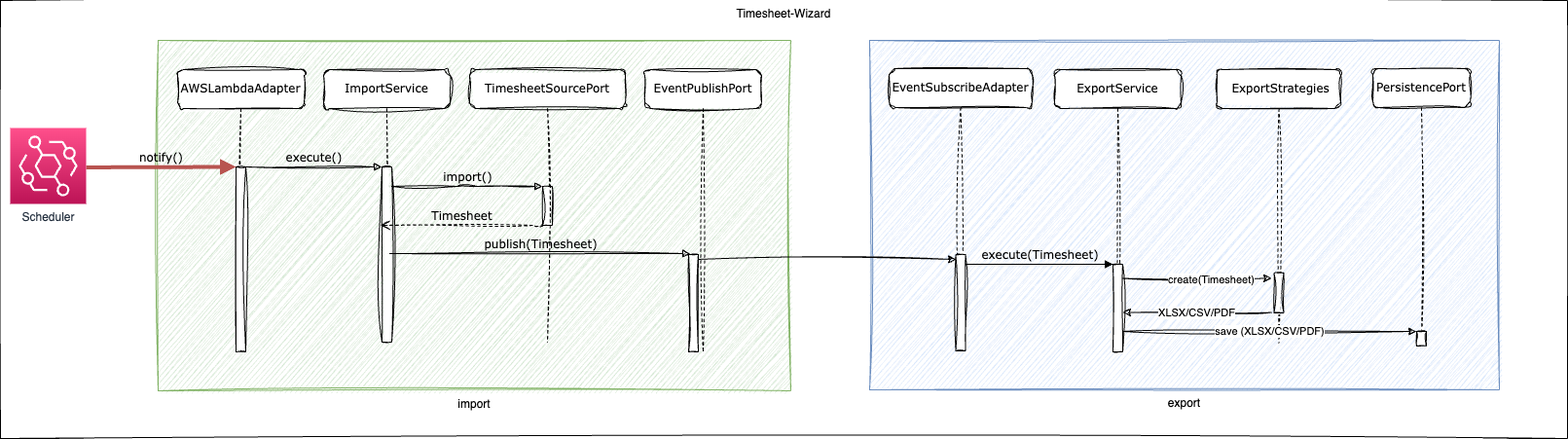
tinohertlein/timesheet-wizard keeps this draw.io diagram as docs/assets/dynamic-level-1.drawio.png. Above is the earlier version. Source tidied: cells renumbered, new cells last; positions are measured from the earlier drawing's top-left corner, leaving out a move shared by most shapes.
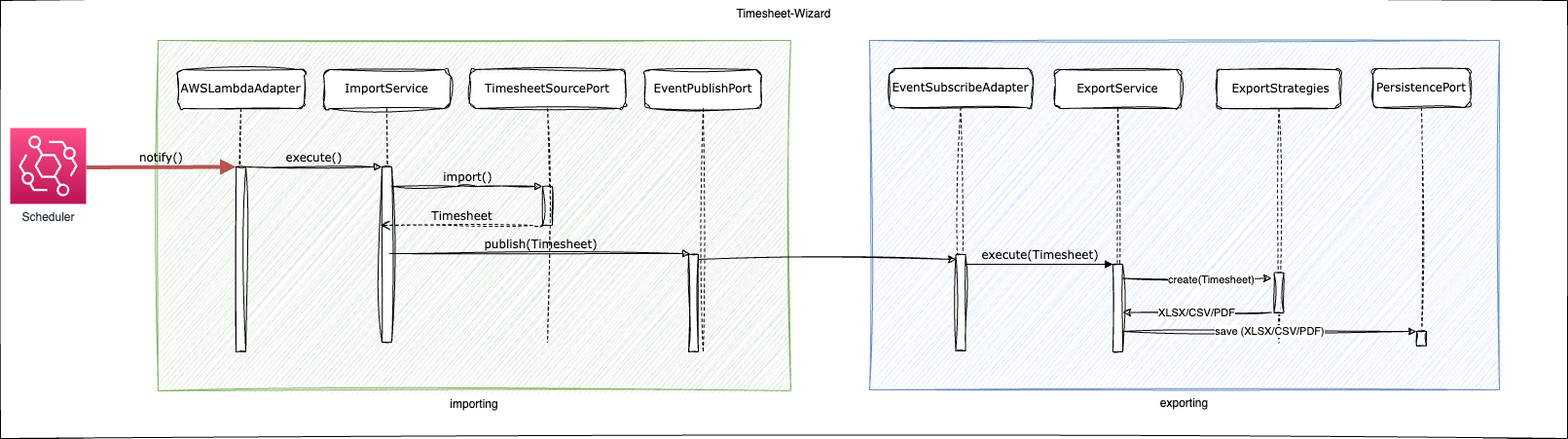
After the commit.

What changed in the source:
```diff
@@ -5,10 +5,10 @@
     <mxCell id="2" value="Timesheet-Wizard" style="rounded=0;whiteSpace=wrap;html=1;sketch=1;fillStyle=solid;verticalAlign=top;" parent="1" vertex="1">
       <mxGeometry width="1610" height="450" as="geometry" />
     </mxCell>
-    <mxCell id="3" value="export" style="rounded=0;whiteSpace=wrap;html=1;labelPosition=center;verticalLabelPosition=bottom;align=center;verticalAlign=top;sketch=1;curveFitting=1;jiggle=2;fillColor=#dae8fc;strokeColor=#6c8ebf;" parent="1" vertex="1">
+    <mxCell id="3" value="exporting" style="rounded=0;whiteSpace=wrap;html=1;labelPosition=center;verticalLabelPosition=bottom;align=center;verticalAlign=top;sketch=1;curveFitting=1;jiggle=2;fillColor=#dae8fc;strokeColor=#6c8ebf;" parent="1" vertex="1">
       <mxGeometry x="893" y="41" width="647" height="359" as="geometry" />
     </mxCell>
-    <mxCell id="4" value="import" style="rounded=0;whiteSpace=wrap;html=1;labelPosition=center;verticalLabelPosition=bottom;align=center;verticalAlign=top;sketch=1;curveFitting=1;jiggle=2;fillColor=#d5e8d4;strokeColor=#82b366;" parent="1" vertex="1">
+    <mxCell id="4" value="importing" style="rounded=0;whiteSpace=wrap;html=1;labelPosition=center;verticalLabelPosition=bottom;align=center;verticalAlign=top;sketch=1;curveFitting=1;jiggle=2;fillColor=#d5e8d4;strokeColor=#82b366;" parent="1" vertex="1">
       <mxGeometry x="162" y="41" width="650" height="360" as="geometry" />
     </mxCell>
     <mxCell id="5" value="ImportService" style="shape=umlLifeline;perimeter=lifelinePerimeter;whiteSpace=wrap;html=1;rounded=1;shadow=0;comic=0;labelBackgroundColor=none;strokeWidth=1;fontFamily=Verdana;fontSize=12;align=center;sketch=1;curveFitting=1;jiggle=2;" parent="1" vertex="1">
```
